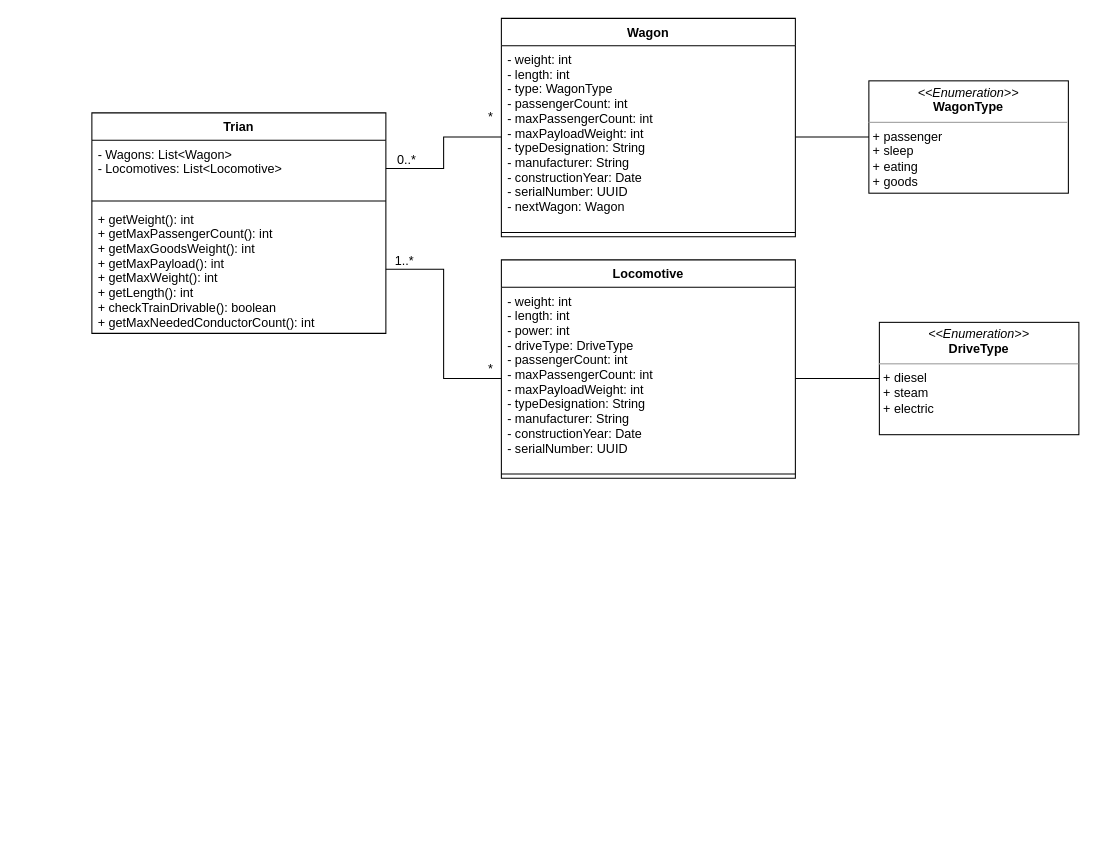
Above: UML-Diagramm.drawio in FabioPlunser/Programieraufgabe (draw.io), before the change. Source tidied: cells renumbered, new cells numbered last; positions are measured from the earlier drawing's top-left corner, leaving out a move shared by most shapes. Both pictures are drawn from the tidied source at 105%, with x=0, y=0 at pixel (91, 18).
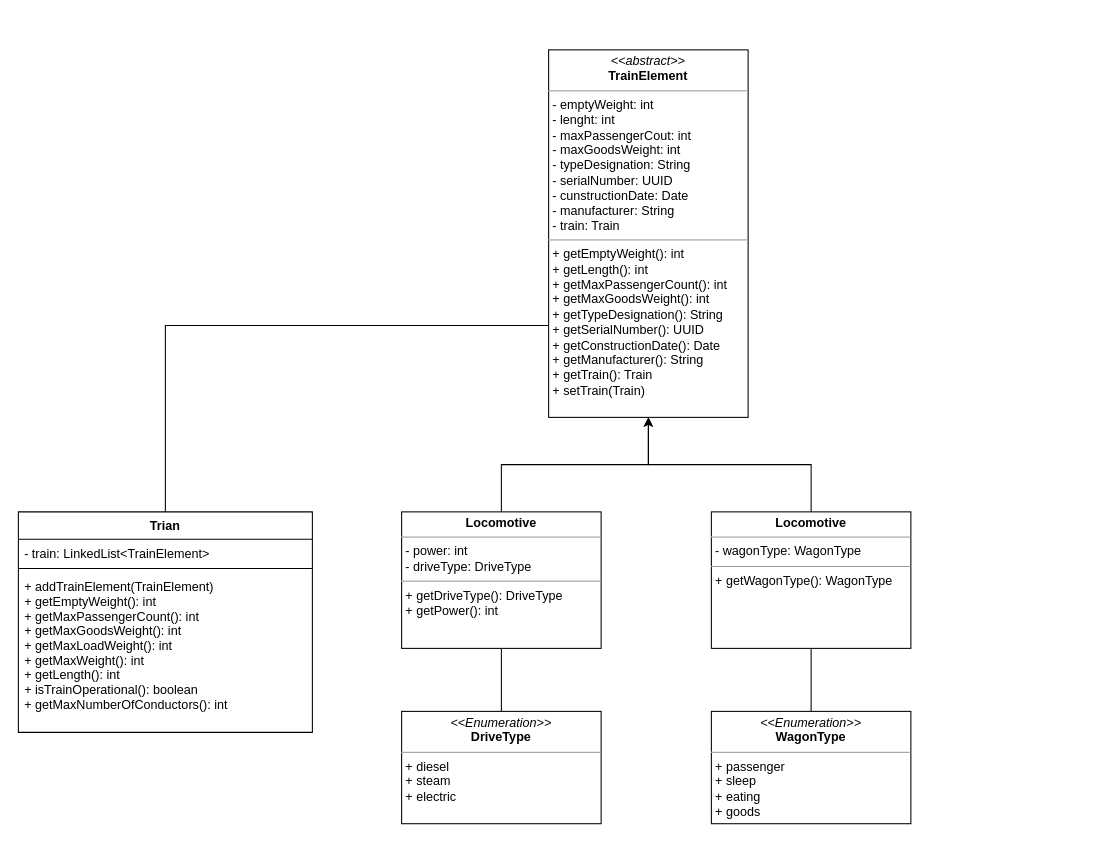
After the change.

Diff of the diagram source:
```diff
@@
+    <mxCell id="22" style="edgeStyle=orthogonalEdgeStyle;rounded=0;jettySize=auto;html=1;exitX=0.5;exitY=0;exitDx=0;exitDy=0;entryX=0;entryY=0.75;entryDx=0;entryDy=0;endArrow=none;endFill=0;" parent="1" edge="1" source="2" target="25">
+      <mxGeometry relative="1" as="geometry" />
+    </mxCell>
     <mxCell id="2" value="Trian" style="swimlane;fontStyle=1;align=center;verticalAlign=top;horizontal=1;startSize=26;" parent="1" vertex="1">
-      <mxGeometry y="90" width="280" height="210" as="geometry" />
+      <mxGeometry x="-70" y="470" width="280" height="210" as="geometry" />
     </mxCell>
-    <mxCell id="3" value="- Wagons: List&lt;Wagon&gt;&#10;- Locomotives: List&lt;Locomotive&gt;" style="text;strokeColor=none;fillColor=none;align=left;verticalAlign=top;spacingLeft=4;spacingRight=4;overflow=hidden;points=[[0,0.5],[1,0.5]];portConstraint=eastwest;" parent="2" vertex="1">
-      <mxGeometry y="26" width="280" height="54" as="geometry" />
+    <mxCell id="3" value="- train: LinkedList&lt;TrainElement&gt;" style="text;strokeColor=none;fillColor=none;align=left;verticalAlign=top;spacingLeft=4;spacingRight=4;overflow=hidden;points=[[0,0.5],[1,0.5]];portConstraint=eastwest;" parent="2" vertex="1">
+      <mxGeometry y="26" width="280" height="24" as="geometry" />
     </mxCell>
     <mxCell id="4" style="line;strokeWidth=1;fillColor=none;align=left;verticalAlign=middle;spacingTop=-1;spacingLeft=3;spacingRight=3;labelPosition=right;strokeColor=inherit;" parent="2" vertex="1">
-      <mxGeometry y="80" width="280" height="8" as="geometry" />
+      <mxGeometry y="50" width="280" height="8" as="geometry" />
     </mxCell>
-    <mxCell id="5" value="+ getWeight(): int&#10;+ getMaxPassengerCount(): int&#10;+ getMaxGoodsWeight(): int&#10;+ getMaxPayload(): int &#10;+ getMaxWeight(): int&#10;+ getLength(): int&#10;+ checkTrainDrivable(): boolean &#10;+ getMaxNeededConductorCount(): int&#10;" style="text;strokeColor=none;fillColor=none;align=left;verticalAlign=top;spacingLeft=4;spacingRight=4;overflow=hidden;points=[[0,0.5],[1,0.5]];portConstraint=eastwest;" parent="2" vertex="1">
-      <mxGeometry y="88" width="280" height="122" as="geometry" />
+    <mxCell id="5" value="+ addTrainElement(TrainElement)&#10;+ getEmptyWeight(): int&#10;+ getMaxPassengerCount(): int&#10;+ getMaxGoodsWeight(): int&#10;+ getMaxLoadWeight(): int &#10;+ getMaxWeight(): int&#10;+ getLength(): int&#10;+ isTrainOperational(): boolean &#10;+ getMaxNumberOfConductors(): int&#10;" style="text;strokeColor=none;fillColor=none;align=left;verticalAlign=top;spacingLeft=4;spacingRight=4;overflow=hidden;points=[[0,0.5],[1,0.5]];portConstraint=eastwest;" parent="2" vertex="1">
+      <mxGeometry y="58" width="280" height="152" as="geometry" />
     </mxCell>
-    <mxCell id="6" value="Wagon" style="swimlane;fontStyle=1;align=center;verticalAlign=top;horizontal=1;startSize=26;" parent="1" vertex="1">
-      <mxGeometry x="390" width="280" height="208" as="geometry" />
-    </mxCell>
-    <mxCell id="7" value="- weight: int&#10;- length: int&#10;- type: WagonType&#10;- passengerCount: int&#10;- maxPassengerCount: int&#10;- maxPayloadWeight: int&#10;- typeDesignation: String&#10;- manufacturer: String&#10;- constructionYear: Date &#10;- serialNumber: UUID&#10;- nextWagon: Wagon&#10;" style="text;strokeColor=none;fillColor=none;align=left;verticalAlign=top;spacingLeft=4;spacingRight=4;overflow=hidden;points=[[0,0.5],[1,0.5]];portConstraint=eastwest;" parent="6" vertex="1">
-      <mxGeometry y="26" width="280" height="174" as="geometry" />
-    </mxCell>
-    <mxCell id="8" style="line;strokeWidth=1;fillColor=none;align=left;verticalAlign=middle;spacingTop=-1;spacingLeft=3;spacingRight=3;labelPosition=right;strokeColor=inherit;" parent="6" vertex="1">
-      <mxGeometry y="200" width="280" height="8" as="geometry" />
-    </mxCell>
-    <mxCell id="9" value="Locomotive" style="swimlane;fontStyle=1;align=center;verticalAlign=top;horizontal=1;startSize=26;" parent="1" vertex="1">
-      <mxGeometry x="390" y="230" width="280" height="208" as="geometry" />
-    </mxCell>
-    <mxCell id="10" value="- weight: int&#10;- length: int&#10;- power: int&#10;- driveType: DriveType&#10;- passengerCount: int&#10;- maxPassengerCount: int&#10;- maxPayloadWeight: int&#10;- typeDesignation: String&#10;- manufacturer: String&#10;- constructionYear: Date &#10;- serialNumber: UUID&#10;" style="text;strokeColor=none;fillColor=none;align=left;verticalAlign=top;spacingLeft=4;spacingRight=4;overflow=hidden;points=[[0,0.5],[1,0.5]];portConstraint=eastwest;" parent="9" vertex="1">
-      <mxGeometry y="26" width="280" height="174" as="geometry" />
-    </mxCell>
-    <mxCell id="11" style="line;strokeWidth=1;fillColor=none;align=left;verticalAlign=middle;spacingTop=-1;spacingLeft=3;spacingRight=3;labelPosition=right;strokeColor=inherit;" parent="9" vertex="1">
-      <mxGeometry y="200" width="280" height="8" as="geometry" />
-    </mxCell>
+    <mxCell id="23" style="edgeStyle=orthogonalEdgeStyle;rounded=0;jettySize=auto;html=1;exitX=0.5;exitY=0;exitDx=0;exitDy=0;entryX=0.5;entryY=1;entryDx=0;entryDy=0;endArrow=none;endFill=0;" parent="1" edge="1" source="12" target="29">
+      <mxGeometry relative="1" as="geometry" />
+    </mxCell>
     <mxCell id="12" value="&lt;p style=&quot;margin:0px;margin-top:4px;text-align:center;&quot;&gt;&lt;i&gt;&amp;lt;&amp;lt;Enumeration&amp;gt;&amp;gt;&lt;/i&gt;&lt;br&gt;&lt;b&gt;WagonType&lt;/b&gt;&lt;/p&gt;&lt;hr size=&quot;1&quot;&gt;&lt;p style=&quot;margin:0px;margin-left:4px;&quot;&gt;+ passenger&lt;br&gt;+ sleep&lt;br&gt;+ eating&lt;/p&gt;&lt;p style=&quot;margin:0px;margin-left:4px;&quot;&gt;+ goods&lt;/p&gt;&lt;p style=&quot;margin:0px;margin-left:4px;&quot;&gt;&lt;br&gt;&lt;/p&gt;" style="verticalAlign=top;align=left;overflow=fill;fontSize=12;fontFamily=Helvetica;html=1;" parent="1" vertex="1">
-      <mxGeometry x="740" y="59.5" width="190" height="107" as="geometry" />
+      <mxGeometry x="590" y="660" width="190" height="107" as="geometry" />
     </mxCell>
-    <mxCell id="13" style="edgeStyle=orthogonalEdgeStyle;rounded=0;jettySize=auto;html=1;exitX=1;exitY=0.5;exitDx=0;exitDy=0;entryX=0;entryY=0.5;entryDx=0;entryDy=0;endArrow=none;endFill=0;" parent="1" edge="1" source="7" target="12">
-      <mxGeometry relative="1" as="geometry" />
-    </mxCell>
+    <mxCell id="24" style="edgeStyle=orthogonalEdgeStyle;rounded=0;jettySize=auto;html=1;exitX=0.5;exitY=0;exitDx=0;exitDy=0;entryX=0.5;entryY=1;entryDx=0;entryDy=0;endArrow=none;endFill=0;" parent="1" edge="1" source="14" target="27">
+      <mxGeometry relative="1" as="geometry" />
+    </mxCell>
     <mxCell id="14" value="&lt;p style=&quot;margin:0px;margin-top:4px;text-align:center;&quot;&gt;&lt;i&gt;&amp;lt;&amp;lt;Enumeration&amp;gt;&amp;gt;&lt;/i&gt;&lt;br&gt;&lt;b&gt;DriveType&lt;/b&gt;&lt;/p&gt;&lt;hr size=&quot;1&quot;&gt;&lt;p style=&quot;margin:0px;margin-left:4px;&quot;&gt;+ diesel&amp;nbsp;&lt;/p&gt;&lt;p style=&quot;margin:0px;margin-left:4px;&quot;&gt;+ steam&amp;nbsp;&lt;/p&gt;&lt;p style=&quot;margin:0px;margin-left:4px;&quot;&gt;+ electric&lt;/p&gt;&lt;p style=&quot;margin:0px;margin-left:4px;&quot;&gt;&lt;br&gt;&lt;/p&gt;" style="verticalAlign=top;align=left;overflow=fill;fontSize=12;fontFamily=Helvetica;html=1;" parent="1" vertex="1">
-      <mxGeometry x="750" y="289.5" width="190" height="107" as="geometry" />
+      <mxGeometry x="295" y="660" width="190" height="107" as="geometry" />
     </mxCell>
-    <mxCell id="15" style="edgeStyle=orthogonalEdgeStyle;rounded=0;jettySize=auto;html=1;exitX=1;exitY=0.5;exitDx=0;exitDy=0;entryX=0;entryY=0.5;entryDx=0;entryDy=0;endArrow=none;endFill=0;" parent="1" edge="1" source="10" target="14">
-      <mxGeometry relative="1" as="geometry" />
-    </mxCell>
-    <mxCell id="16" style="edgeStyle=orthogonalEdgeStyle;rounded=0;jettySize=auto;html=1;exitX=0;exitY=0.5;exitDx=0;exitDy=0;entryX=1;entryY=0.5;entryDx=0;entryDy=0;endArrow=none;endFill=0;" parent="1" edge="1" source="7" target="3">
-      <mxGeometry relative="1" as="geometry" />
-    </mxCell>
-    <mxCell id="17" style="edgeStyle=orthogonalEdgeStyle;rounded=0;jettySize=auto;html=1;exitX=0;exitY=0.5;exitDx=0;exitDy=0;entryX=1;entryY=0.5;entryDx=0;entryDy=0;endArrow=none;endFill=0;" parent="1" edge="1" source="10" target="5">
-      <mxGeometry relative="1" as="geometry" />
-    </mxCell>
-    <mxCell id="18" value="*" style="text;html=1;strokeColor=none;fillColor=none;align=center;verticalAlign=middle;whiteSpace=wrap;rounded=0;" parent="1" vertex="1">
-      <mxGeometry x="370" y="329" width="20" height="10" as="geometry" />
-    </mxCell>
-    <mxCell id="19" value="*" style="text;html=1;strokeColor=none;fillColor=none;align=center;verticalAlign=middle;whiteSpace=wrap;rounded=0;" parent="1" vertex="1">
-      <mxGeometry x="370" y="89" width="20" height="10" as="geometry" />
-    </mxCell>
-    <mxCell id="20" value="0..*" style="text;html=1;strokeColor=none;fillColor=none;align=center;verticalAlign=middle;whiteSpace=wrap;rounded=0;" parent="1" vertex="1">
-      <mxGeometry x="290" y="130" width="20" height="10" as="geometry" />
-    </mxCell>
-    <mxCell id="21" value="1..*" style="text;html=1;strokeColor=none;fillColor=none;align=center;verticalAlign=middle;whiteSpace=wrap;rounded=0;" parent="1" vertex="1">
-      <mxGeometry x="288" y="226" width="20" height="10" as="geometry" />
-    </mxCell>
+    <mxCell id="25" value="&lt;p style=&quot;margin:0px;margin-top:4px;text-align:center;&quot;&gt;&lt;i&gt;&amp;lt;&amp;lt;abstract&amp;gt;&amp;gt;&lt;/i&gt;&lt;br&gt;&lt;b&gt;TrainElement&lt;/b&gt;&lt;/p&gt;&lt;hr style=&quot;border-color: var(--border-color);&quot; size=&quot;1&quot;&gt;&lt;p style=&quot;border-color: var(--border-color); margin: 0px 0px 0px 4px;&quot;&gt;- emptyWeight: int&amp;nbsp;&lt;br style=&quot;border-color: var(--border-color);&quot;&gt;- lenght: int&lt;/p&gt;&lt;p style=&quot;border-color: var(--border-color); margin: 0px 0px 0px 4px;&quot;&gt;- maxPassengerCout: int&amp;nbsp;&lt;/p&gt;&lt;p style=&quot;border-color: var(--border-color); margin: 0px 0px 0px 4px;&quot;&gt;-&amp;nbsp;maxGoodsWeight: int&lt;/p&gt;&lt;p style=&quot;border-color: var(--border-color); margin: 0px 0px 0px 4px;&quot;&gt;- typeDesignation: String&lt;/p&gt;&lt;p style=&quot;border-color: var(--border-color); margin: 0px 0px 0px 4px;&quot;&gt;- serialNumber: UUID&lt;/p&gt;&lt;p style=&quot;border-color: var(--border-color); margin: 0px 0px 0px 4px;&quot;&gt;- cunstructionDate: Date&lt;br&gt;- manufacturer: String&amp;nbsp;&lt;/p&gt;&lt;p style=&quot;border-color: var(--border-color); margin: 0px 0px 0px 4px;&quot;&gt;- train: Train&lt;/p&gt;&lt;hr size=&quot;1&quot;&gt;&lt;p style=&quot;margin:0px;margin-left:4px;&quot;&gt;+ getEmptyWeight(): int&amp;nbsp;&lt;/p&gt;&lt;p style=&quot;margin:0px;margin-left:4px;&quot;&gt;+ getLength(): int&amp;nbsp;&lt;br&gt;+ getMaxPassengerCount(): int&amp;nbsp;&lt;/p&gt;&lt;p style=&quot;margin:0px;margin-left:4px;&quot;&gt;+ getMaxGoodsWeight(): int&amp;nbsp;&lt;/p&gt;&lt;p style=&quot;margin:0px;margin-left:4px;&quot;&gt;+ getTypeDesignation(): String&lt;/p&gt;&lt;p style=&quot;margin:0px;margin-left:4px;&quot;&gt;+ getSerialNumber(): UUID&lt;/p&gt;&lt;p style=&quot;margin:0px;margin-left:4px;&quot;&gt;+ getConstructionDate(): Date&amp;nbsp;&lt;/p&gt;&lt;p style=&quot;margin:0px;margin-left:4px;&quot;&gt;+ getManufacturer(): String&amp;nbsp;&lt;/p&gt;&lt;p style=&quot;margin:0px;margin-left:4px;&quot;&gt;+ getTrain(): Train&amp;nbsp;&lt;/p&gt;&lt;p style=&quot;margin:0px;margin-left:4px;&quot;&gt;+ setTrain(Train)&lt;/p&gt;" style="verticalAlign=top;align=left;overflow=fill;fontSize=12;fontFamily=Helvetica;html=1;" parent="1" vertex="1">
+      <mxGeometry x="435" y="30" width="190" height="350" as="geometry" />
+    </mxCell>
+    <mxCell id="26" style="edgeStyle=orthogonalEdgeStyle;rounded=0;jettySize=auto;html=1;exitX=0.5;exitY=0;exitDx=0;exitDy=0;entryX=0.5;entryY=1;entryDx=0;entryDy=0;endArrow=classic;endFill=1;" parent="1" edge="1" source="27" target="25">
+      <mxGeometry relative="1" as="geometry" />
+    </mxCell>
+    <mxCell id="27" value="&lt;p style=&quot;margin:0px;margin-top:4px;text-align:center;&quot;&gt;&lt;b&gt;Locomotive&lt;/b&gt;&lt;/p&gt;&lt;hr style=&quot;border-color: var(--border-color);&quot; size=&quot;1&quot;&gt;&lt;p style=&quot;border-color: var(--border-color); margin: 0px 0px 0px 4px;&quot;&gt;- power: int&amp;nbsp;&lt;/p&gt;&lt;p style=&quot;border-color: var(--border-color); margin: 0px 0px 0px 4px;&quot;&gt;- driveType: DriveType&lt;/p&gt;&lt;hr size=&quot;1&quot;&gt;&lt;p style=&quot;margin:0px;margin-left:4px;&quot;&gt;+ getDriveType(): DriveType&lt;br&gt;+ getPower(): int&lt;/p&gt;" style="verticalAlign=top;align=left;overflow=fill;fontSize=12;fontFamily=Helvetica;html=1;" parent="1" vertex="1">
+      <mxGeometry x="295" y="470" width="190" height="130" as="geometry" />
+    </mxCell>
+    <mxCell id="28" style="edgeStyle=orthogonalEdgeStyle;rounded=0;jettySize=auto;html=1;exitX=0.5;exitY=0;exitDx=0;exitDy=0;endArrow=classic;endFill=1;" parent="1" edge="1" source="29" target="25">
+      <mxGeometry relative="1" as="geometry" />
+    </mxCell>
+    <mxCell id="29" value="&lt;p style=&quot;margin:0px;margin-top:4px;text-align:center;&quot;&gt;&lt;b&gt;Locomotive&lt;/b&gt;&lt;/p&gt;&lt;hr style=&quot;border-color: var(--border-color);&quot; size=&quot;1&quot;&gt;&lt;p style=&quot;border-color: var(--border-color); margin: 0px 0px 0px 4px;&quot;&gt;- wagonType: WagonType&lt;/p&gt;&lt;hr size=&quot;1&quot;&gt;&lt;p style=&quot;margin:0px;margin-left:4px;&quot;&gt;+ getWagonType(): WagonType&lt;/p&gt;" style="verticalAlign=top;align=left;overflow=fill;fontSize=12;fontFamily=Helvetica;html=1;" parent="1" vertex="1">
+      <mxGeometry x="590" y="470" width="190" height="130" as="geometry" />
+    </mxCell>
```
